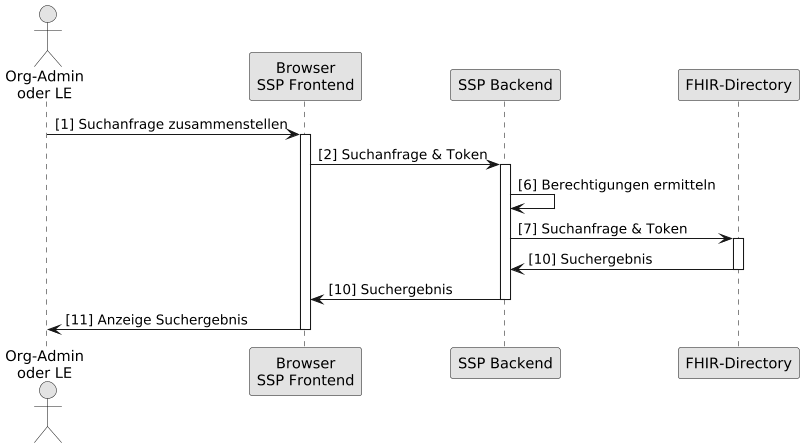
Before: images/diagrams/SequenceDiagram.FHIR-Directory.SSP.Suche.png, a diagram exported from PlantUML (gematik/api-vzd).
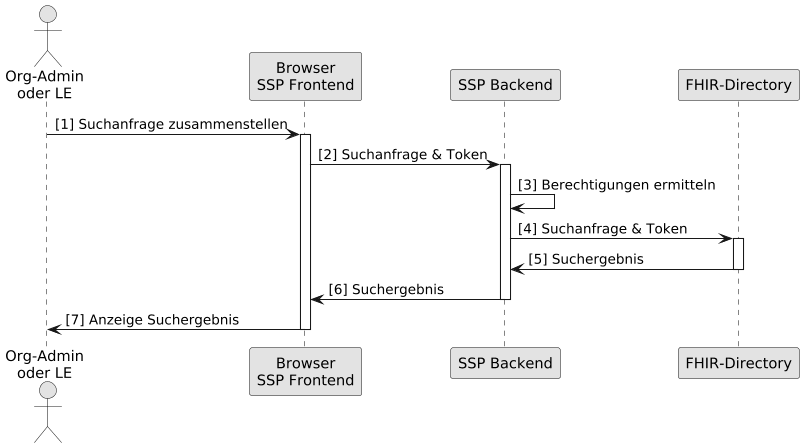
After the commit.

Commit message:
Commit from GitHub Actions (GeneratePlantumlImages)

Change to the diagram source:
```diff
@@ -16,17 +16,17 @@
 
 
 
-be -> be: [6] Berechtigungen ermitteln
-be -> fd: [7] Suchanfrage & Token
+be -> be: [3] Berechtigungen ermitteln
+be -> fd: [4] Suchanfrage & Token
 activate fd
 
-fd -> be: [10] Suchergebnis
+fd -> be: [5] Suchergebnis
 deactivate fd
 
-be -> cl: [10] Suchergebnis
+be -> cl: [6] Suchergebnis
 deactivate be
 
-cl -> o: [11] Anzeige Suchergebnis
+cl -> o: [7] Anzeige Suchergebnis
 deactivate cl
 
 @enduml
```
